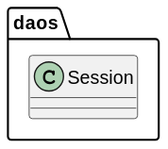
This is out/connect4/Docs/diagrams/src/packages/connect4.connect4.daos/connect4.connect4.daos.svg from js-rom/connect4, a PlantUML export, as it was before one commit. Source of this version:
```plantuml
@startuml
class daos.Session {

}
@enduml
```
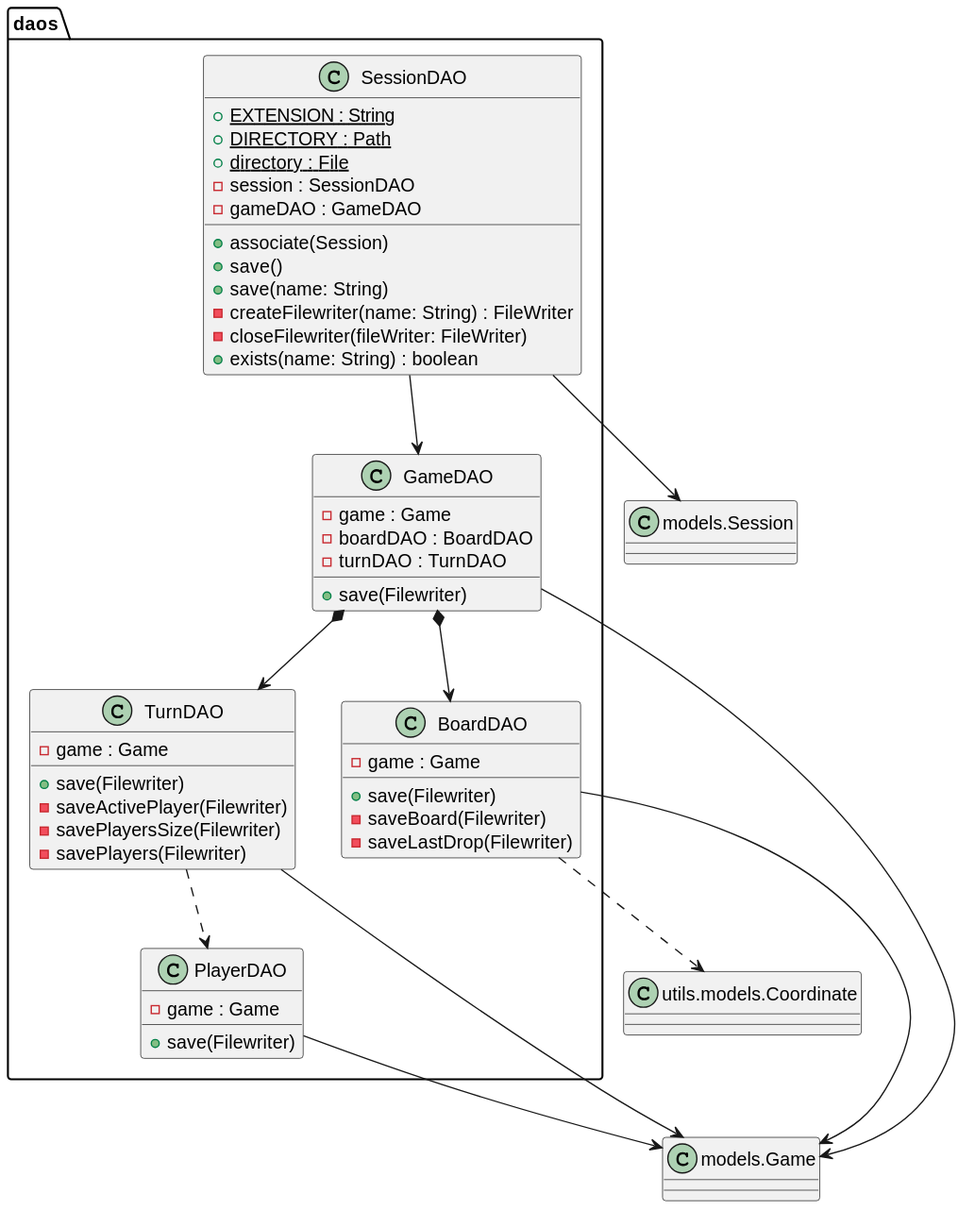
Later version of the same file.

What changed in the source:
```diff
@@ -1,5 +1,65 @@
 @startuml
-class daos.Session {
+class Session as "models.Session"
+class Game as "models.Game"
+class Coordinate as "utils.models.Coordinate"
+
+class daos.SessionDAO {
+
++ {static} EXTENSION : String
++ {static} DIRECTORY : Path
++ {static} directory : File
+- session : SessionDAO
+- gameDAO : GameDAO
++ associate(Session)
++ save()
++ save(name: String)
+- createFilewriter(name: String) : FileWriter
+- closeFilewriter(fileWriter: FileWriter)
++ exists(name: String) : boolean
 
 }
+
+class daos.GameDAO {
+
+   - game : Game
+   - boardDAO : BoardDAO
+   - turnDAO : TurnDAO
+   + save(Filewriter)
+}
+
+
+class daos.BoardDAO {
+
+    - game : Game
+    + save(Filewriter)
+    - saveBoard(Filewriter)
+    - saveLastDrop(Filewriter)
+}
+
+
+class daos.TurnDAO {
+
+    - game : Game
+    + save(Filewriter)
+    - saveActivePlayer(Filewriter)
+    - savePlayersSize(Filewriter)
+    - savePlayers(Filewriter)
+}
+
+class daos.PlayerDAO {
+
+    - game : Game
+    + save(Filewriter)
+}
+
+SessionDAO --> Session
+SessionDAO --> GameDAO
+GameDAO --> Game
+GameDAO *--> BoardDAO
+GameDAO *--> TurnDAO
+BoardDAO ..> Coordinate
+TurnDAO ..> PlayerDAO
+BoardDAO --> Game
+TurnDAO --> Game
+PlayerDAO --> Game
 @enduml
```
